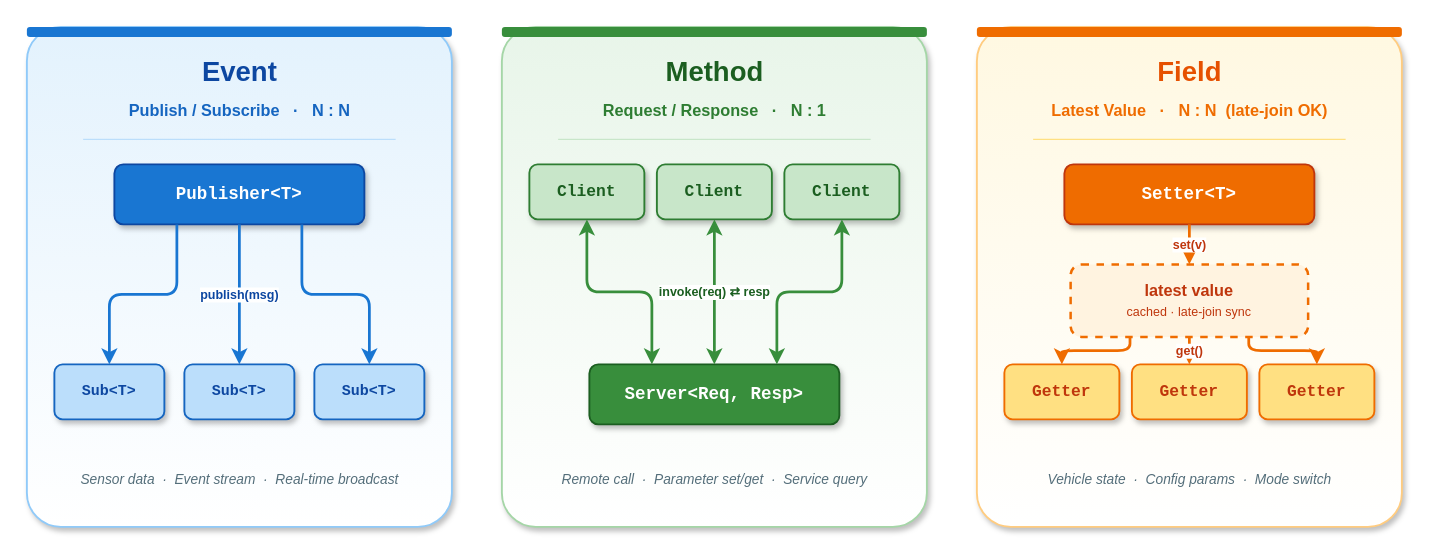
Earlier version of the draw.io diagram doc/images/readme-communication-models.drawio (PinkMan-03/vlink). Source tidied: cells renumbered, new cells numbered last; positions are measured from the earlier drawing's top-left corner, leaving out a move shared by most shapes. Both pictures are drawn from the tidied source at 125%, with x=0, y=0 at pixel (26, 26).
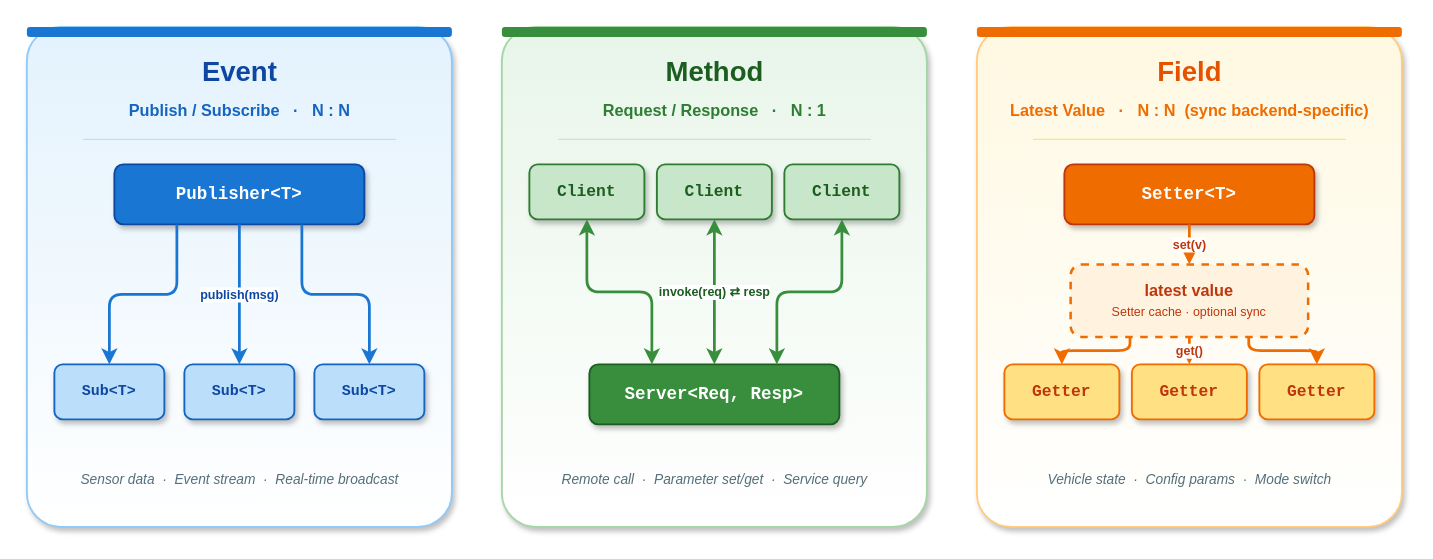
The same diagram, later.

Diff of the diagram source:
```diff
@@
-    <mxCell id="31" value="Latest Value   ·   N : N  (late-join OK)" style="text;html=1;align=center;verticalAlign=middle;strokeColor=none;fillColor=none;fontSize=13;fontStyle=1;fontColor=#ef6c00;" parent="1" vertex="1">
+    <mxCell id="31" value="Latest Value   ·   N : N  (sync backend-specific)" style="text;html=1;align=center;verticalAlign=middle;strokeColor=none;fillColor=none;fontSize=13;fontStyle=1;fontColor=#ef6c00;" parent="1" vertex="1">
       <mxGeometry x="760" y="56" width="340" height="22" as="geometry" />
     </mxCell>
@@
-    <mxCell id="34" value="&lt;b&gt;latest value&lt;/b&gt;&lt;br/&gt;&lt;span style=&quot;font-size:10px&quot;&gt;cached · late-join sync&lt;/span&gt;" style="rounded=1;whiteSpace=wrap;html=1;fillColor=#fff3e0;strokeColor=#ef6c00;strokeWidth=2;dashed=1;fontSize=13;fontColor=#bf360c;" parent="1" vertex="1">
+    <mxCell id="34" value="&lt;b&gt;latest value&lt;/b&gt;&lt;br/&gt;&lt;span style=&quot;font-size:10px&quot;&gt;Setter cache · optional sync&lt;/span&gt;" style="rounded=1;whiteSpace=wrap;html=1;fillColor=#fff3e0;strokeColor=#ef6c00;strokeWidth=2;dashed=1;fontSize=13;fontColor=#bf360c;" parent="1" vertex="1">
       <mxGeometry x="835" y="190" width="190" height="58" as="geometry" />
     </mxCell>
```
